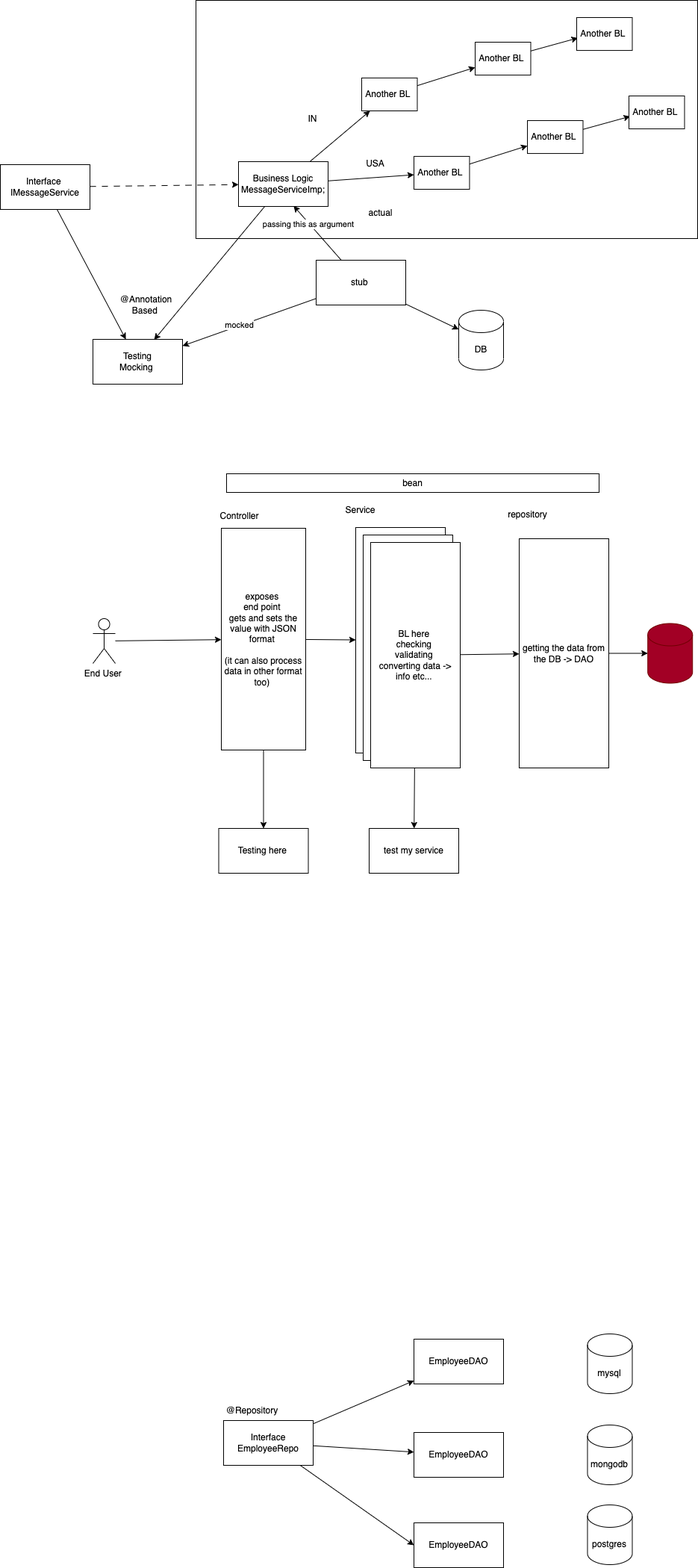
Above: images/day3.drawio.png in adithnaveen/ibm-service-virtualization-sep-2023 (draw.io), before the change. Source tidied: cells renumbered, new cells last; positions are measured from the earlier drawing's top-left corner, leaving out a move shared by most shapes.
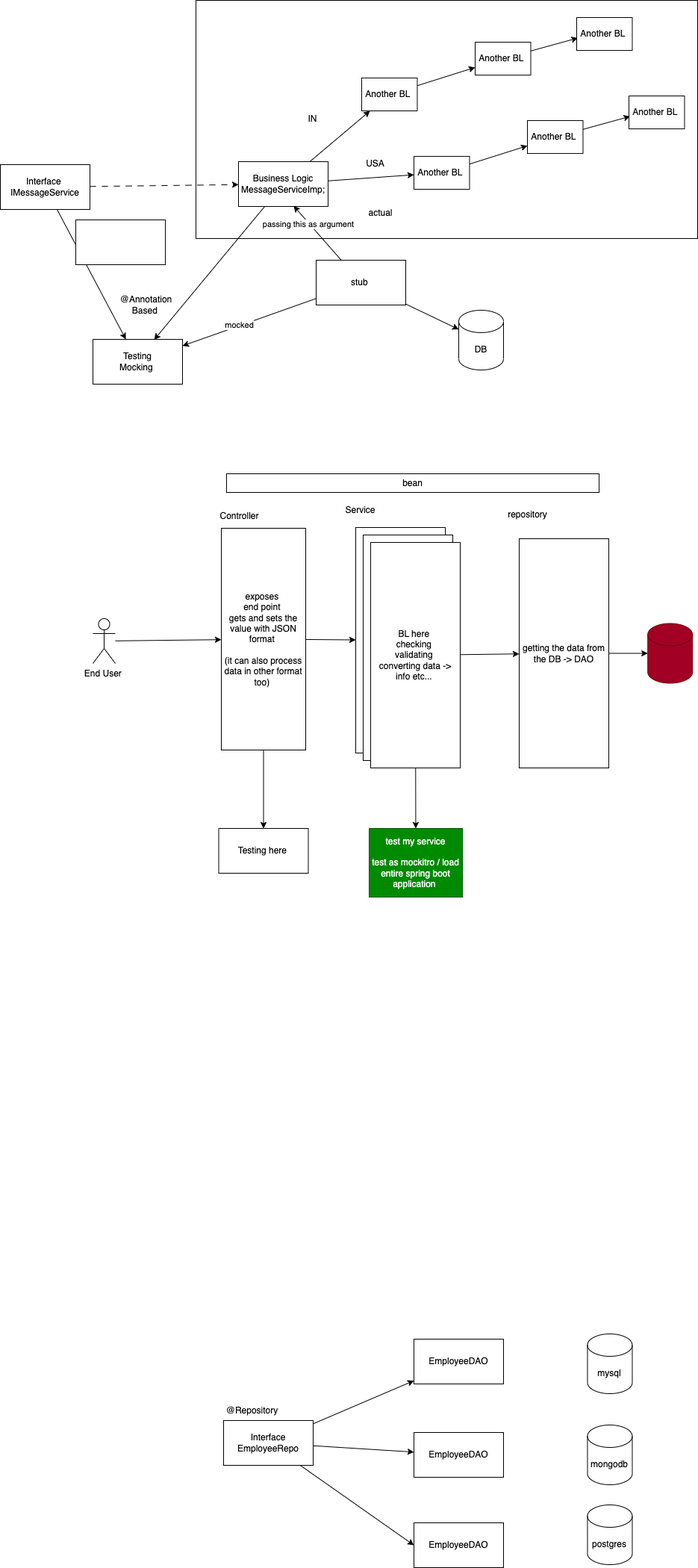
After the change.

Commit message:
updated spring boot crud

Diff of the diagram source:
```diff
@@ -140,8 +140,8 @@
     <mxCell id="47" style="shape=cylinder3;whiteSpace=wrap;html=1;boundedLbl=1;backgroundOutline=1;size=15;fillColor=#a20025;fontColor=#ffffff;strokeColor=#6F0000;" parent="1" vertex="1">
       <mxGeometry x="867.2" y="834.5" width="60" height="80" as="geometry" />
     </mxCell>
-    <mxCell id="48" value="test my service" style="rounded=0;whiteSpace=wrap;html=1;" parent="1" vertex="1">
-      <mxGeometry x="494" y="1109" width="120" height="60" as="geometry" />
+    <mxCell id="48" value="test my service&lt;br&gt;&lt;br&gt;test as mockitro / load entire spring boot application&amp;nbsp;" style="rounded=0;whiteSpace=wrap;html=1;fillColor=#008a00;fontColor=#ffffff;strokeColor=#005700;" parent="1" vertex="1">
+      <mxGeometry x="494" y="1109" width="125" height="92" as="geometry" />
     </mxCell>
     <mxCell id="49" value="Testing here&amp;nbsp;" style="rounded=0;whiteSpace=wrap;html=1;" parent="1" vertex="1">
       <mxGeometry x="292.5" y="1109" width="120" height="60" as="geometry" />
@@ -182,5 +182,8 @@
     <mxCell id="61" value="bean" style="rounded=0;whiteSpace=wrap;html=1;" parent="1" vertex="1">
       <mxGeometry x="303" y="634" width="499" height="25" as="geometry" />
     </mxCell>
+    <mxCell id="62" style="whiteSpace=wrap;html=1;" parent="1" vertex="1">
+      <mxGeometry x="101" y="294" width="120" height="60" as="geometry" />
+    </mxCell>
   </root>
 </mxGraphModel>
```
